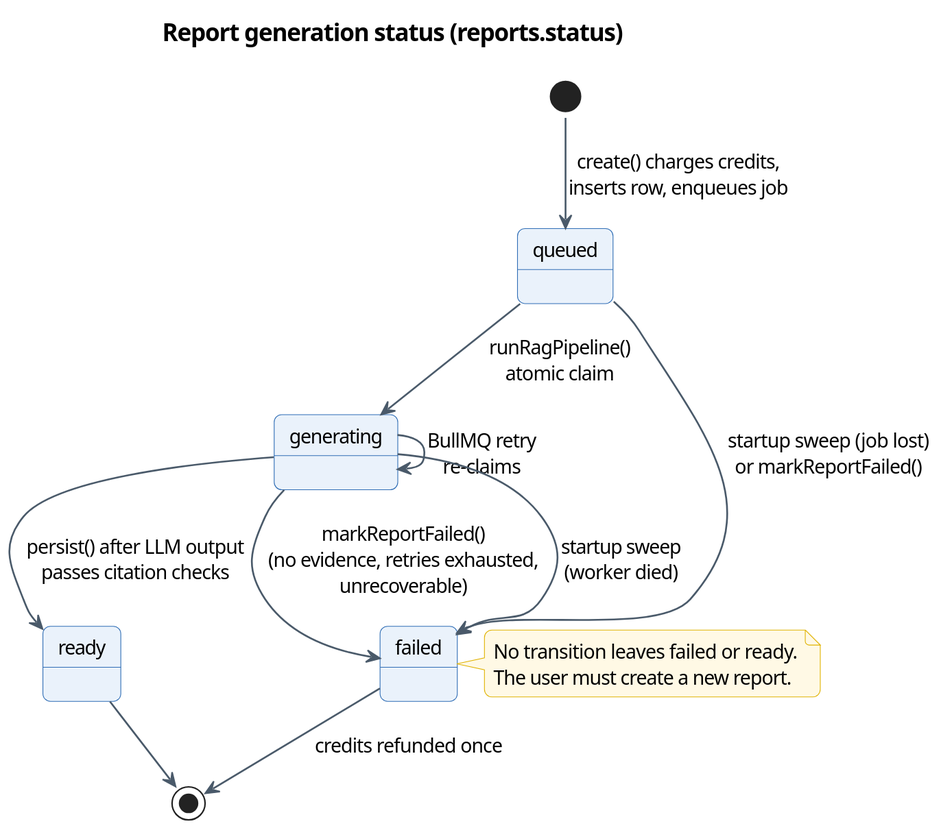
Earlier version of the PlantUML export docs/diagrams/report4/R4_State_Report.svg (Khoa-Hoa-Technology-Solution-Company/lumi-gap). Source of this version:
```plantuml
@startuml
!pragma layout smetana
skinparam dpi 150
skinparam defaultFontName "Segoe UI"
skinparam defaultFontSize 13
skinparam shadowing false
skinparam roundCorner 10
skinparam ArrowColor #4A5A6A
skinparam ArrowThickness 1.2
skinparam BorderColor #2F6DB5
skinparam BackgroundColor #FFFFFF
skinparam TitleFontSize 16
skinparam TitleFontStyle bold
skinparam usecase {
  BackgroundColor #EAF2FB
  BorderColor #2F6DB5
}
skinparam actor {
  BackgroundColor #FFFFFF
  BorderColor #1B2A3A
}
skinparam class {
  BackgroundColor #F7FAFD
  BorderColor #2F6DB5
  HeaderBackgroundColor #DCE8F6
}
skinparam state {
  BackgroundColor #EAF2FB
  BorderColor #2F6DB5
}
skinparam activity {
  BackgroundColor #EAF2FB
  BorderColor #2F6DB5
  DiamondBackgroundColor #FFF4E5
}
skinparam swimlane {
  BorderColor #9DB3CC
  TitleBackgroundColor #DCE8F6
}
skinparam sequence {
  ParticipantBackgroundColor #EAF2FB
  ParticipantBorderColor #2F6DB5
  LifeLineBorderColor #9DB3CC
  GroupBackgroundColor #F4F7FA
}
skinparam package {
  BackgroundColor #F7F9FC
  BorderColor #9DB3CC
}
skinparam note {
  BackgroundColor #FFF9E5
  BorderColor #E0B200
}
skinparam entity {
  BackgroundColor #F7FAFD
  BorderColor #2F6DB5
}
skinparam rectangle {
  BackgroundColor #F7F9FC
  BorderColor #2F6DB5
}
title Report generation status (reports.status)
[*] --> queued : create() charges credits,\ninserts row, enqueues job
queued --> generating : runRagPipeline()\natomic claim
generating --> generating : BullMQ retry\nre-claims
generating --> ready : persist() after LLM output\npasses citation checks
generating --> failed : markReportFailed()\n(no evidence, retries exhausted,\nunrecoverable)
queued --> failed : startup sweep (job lost)\nor markReportFailed()
generating --> failed : startup sweep\n(worker died)
failed --> [*] : credits refunded once
ready --> [*]
note right of failed
  No transition leaves failed or ready.
  The user must create a new report.
end note
@enduml
```
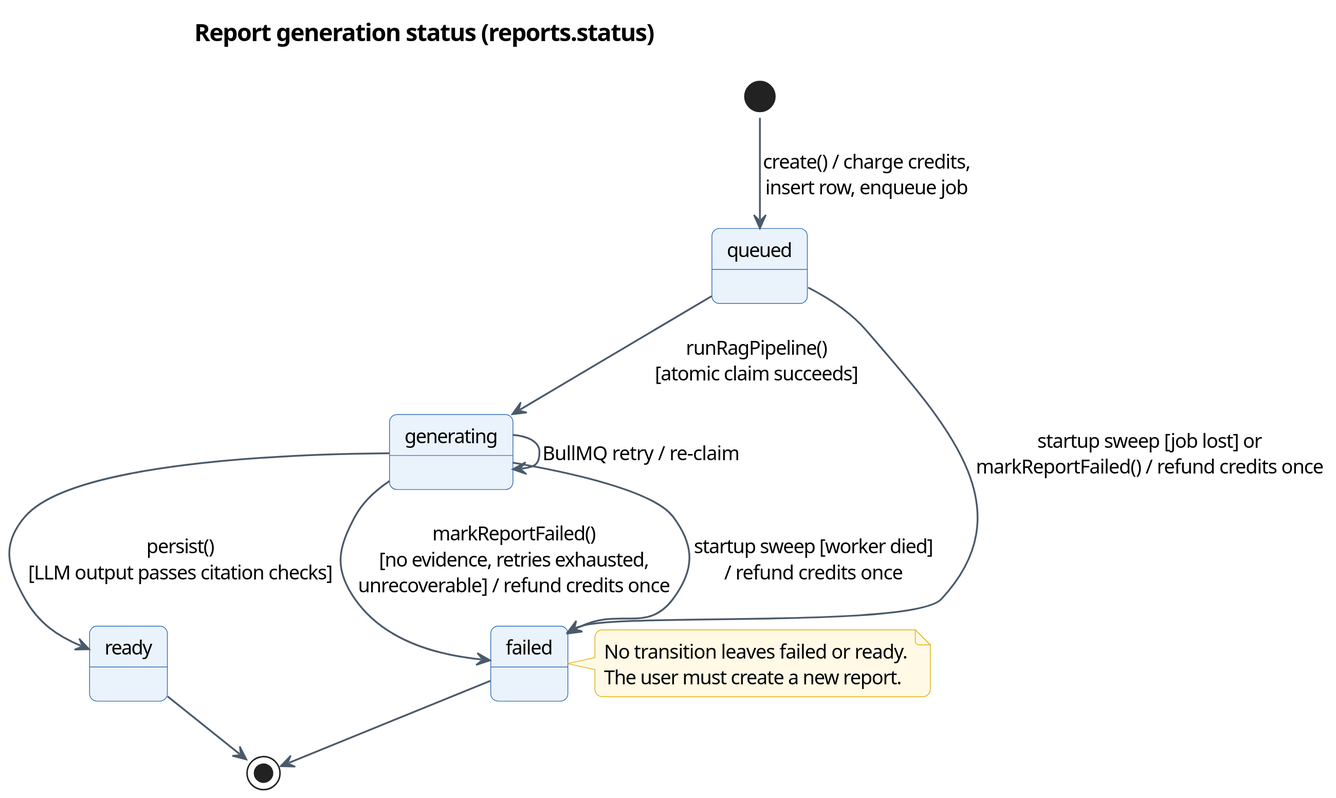
Above is the later version.

Change to the diagram source:
```diff
@@ -1,6 +1,6 @@
 @startuml
 !pragma layout smetana
-skinparam dpi 150
+skinparam dpi 200
 skinparam defaultFontName "Segoe UI"
 skinparam defaultFontSize 13
 skinparam shadowing false
@@ -60,14 +60,14 @@
   BorderColor #2F6DB5
 }
 title Report generation status (reports.status)
-[*] --> queued : create() charges credits,\ninserts row, enqueues job
-queued --> generating : runRagPipeline()\natomic claim
-generating --> generating : BullMQ retry\nre-claims
-generating --> ready : persist() after LLM output\npasses citation checks
-generating --> failed : markReportFailed()\n(no evidence, retries exhausted,\nunrecoverable)
-queued --> failed : startup sweep (job lost)\nor markReportFailed()
-generating --> failed : startup sweep\n(worker died)
-failed --> [*] : credits refunded once
+[*] --> queued : create() / charge credits,\ninsert row, enqueue job
+queued --> generating : runRagPipeline()\n[atomic claim succeeds]
+generating --> generating : BullMQ retry / re-claim
+generating --> ready : persist()\n[LLM output passes citation checks]
+generating --> failed : markReportFailed()\n[no evidence, retries exhausted,\nunrecoverable] / refund credits once
+queued --> failed : startup sweep [job lost] or\nmarkReportFailed() / refund credits once
+generating --> failed : startup sweep [worker died]\n/ refund credits once
+failed --> [*]
 ready --> [*]
 note right of failed
   No transition leaves failed or ready.
```
